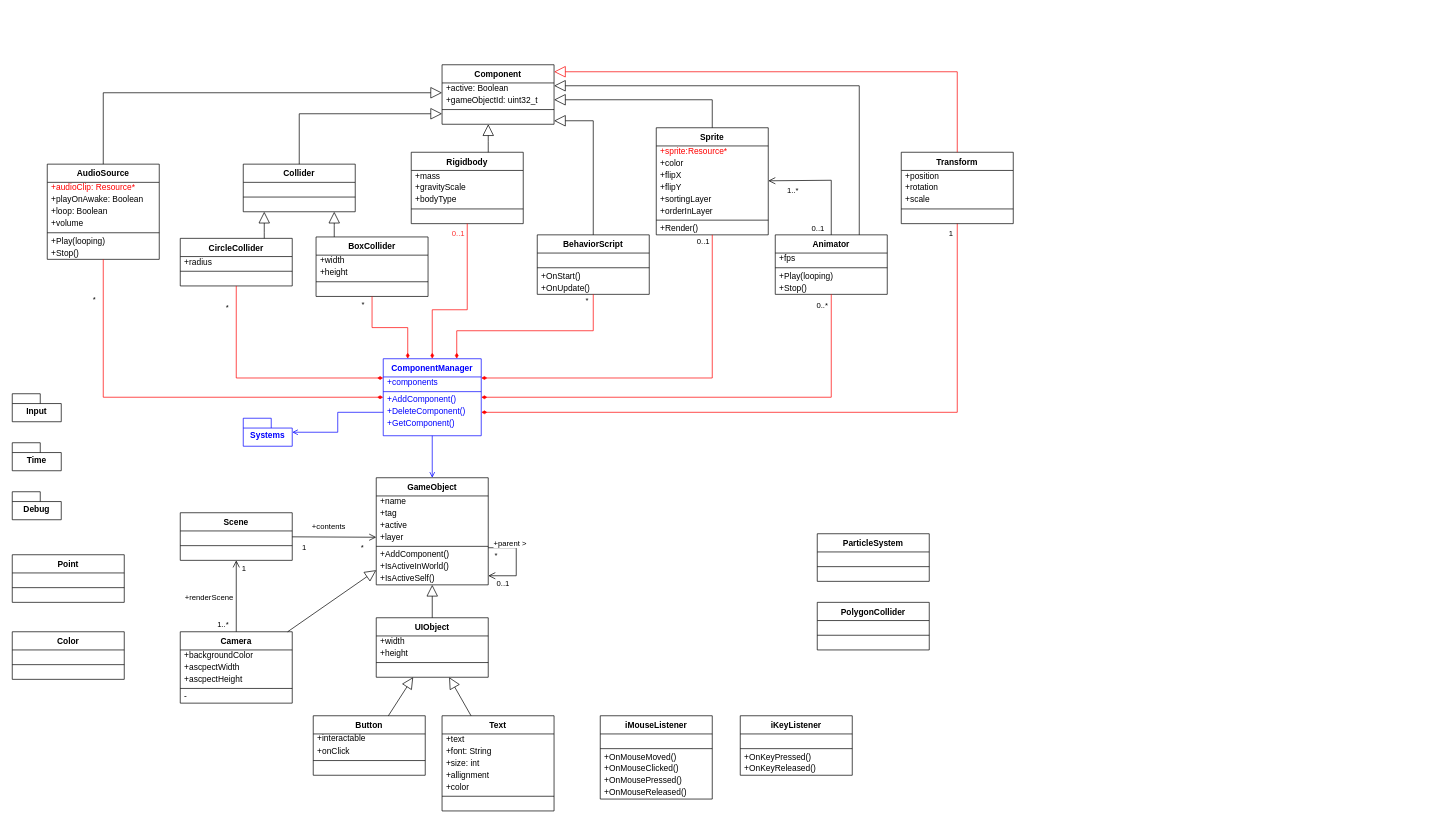
lonkaars/crepe-docs keeps this draw.io diagram as page "Main diagram 2" (2 of 3) of figs.drawio. Above is the earlier version. Source tidied: cells renumbered, new cells numbered last; positions are measured from the earlier drawing's top-left corner, leaving out a move shared by most shapes. Both pictures are drawn from the tidied source at 70%, with x=0, y=0 at pixel (12, 64).
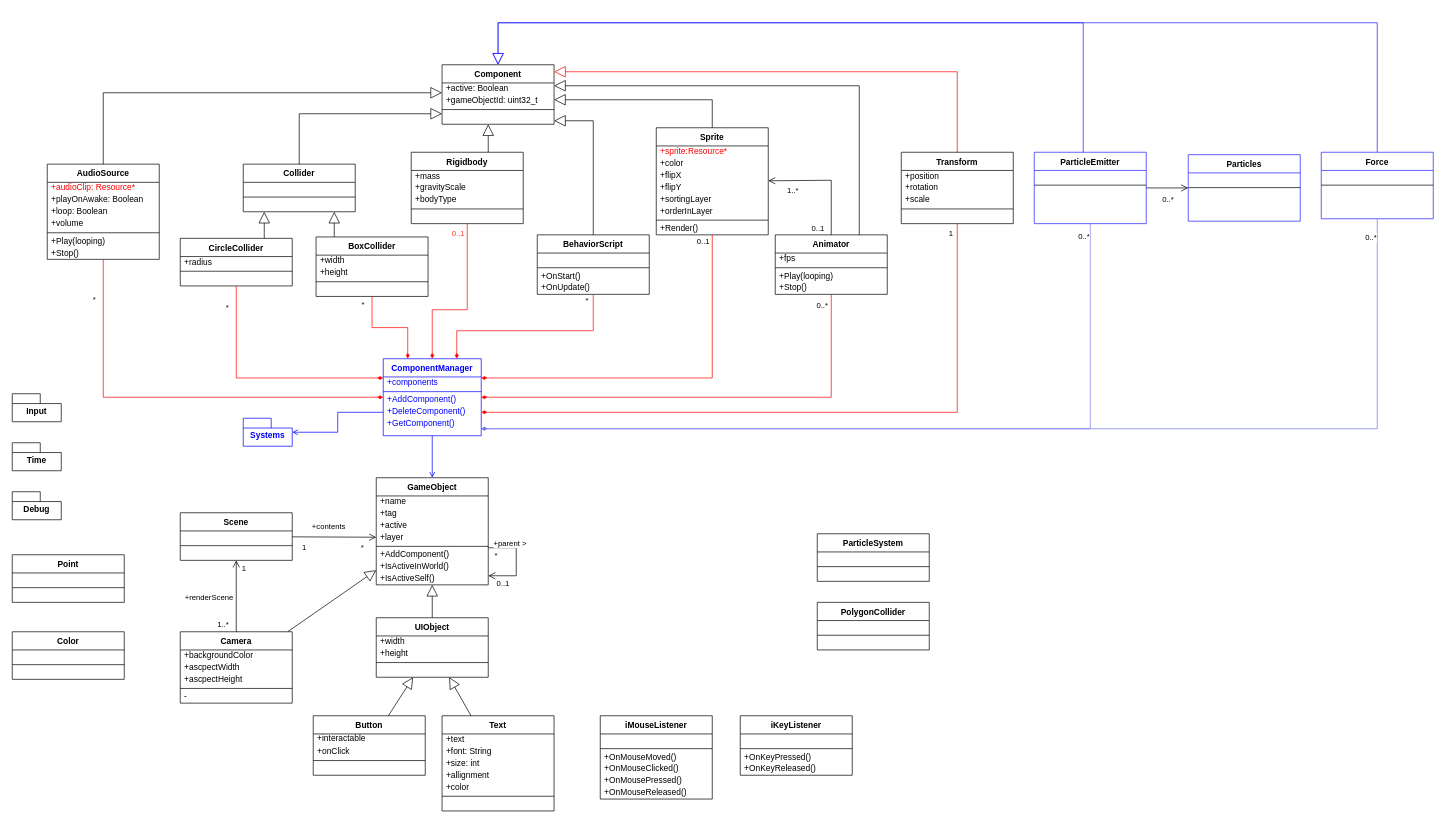
The same diagram, later.

Commit message (it also covers changes not shown here):
Notulen notes en collision diagram en research toegevoegd

Unchanged cells that the change refers to:
```xml
<mxCell id="107" value="Component" style="swimlane;fontStyle=1;align=center;verticalAlign=top;horizontal=1;startSize=26;rounded=0;shadow=0;strokeWidth=1;direction=east;" parent="1" vertex="1">
  <mxGeometry x="614" width="160" height="85" as="geometry" />
</mxCell>
<mxCell id="171" value="ComponentManager" style="swimlane;fontStyle=1;align=center;verticalAlign=top;horizontal=1;startSize=26;rounded=0;shadow=0;strokeWidth=1;direction=east;fontColor=#0000FF;strokeColor=#0000FF;" parent="1" vertex="1">
  <mxGeometry x="530" y="420" width="140" height="110" as="geometry" />
</mxCell>
```

Change to the diagram source:
```diff
@@
+    <mxCell id="180" value="ParticleEmitter" style="swimlane;fontStyle=1;align=center;verticalAlign=top;horizontal=1;startSize=26;rounded=0;shadow=0;strokeWidth=1;direction=east;strokeColor=#2020ff;" parent="1" vertex="1">
+      <mxGeometry x="1460" y="125" width="160" height="102" as="geometry" />
+    </mxCell>
+    <mxCell id="181" style="text;align=left;verticalAlign=bottom;spacingLeft=4;spacingRight=4;overflow=hidden;rounded=0;shadow=0;html=0;strokeWidth=1;horizontal=1;" parent="180" vertex="1">
+      <mxGeometry y="26" width="160" height="17" as="geometry" />
+    </mxCell>
+    <mxCell id="182" style="line;html=1;strokeWidth=1;align=left;verticalAlign=middle;spacingTop=-1;spacingLeft=3;spacingRight=3;labelPosition=right;fontSize=12;perimeterSpacing=0;verticalLabelPosition=middle;" parent="180" vertex="1">
+      <mxGeometry y="43" width="160" height="8" as="geometry" />
+    </mxCell>
+    <mxCell id="183" style="text;align=left;verticalAlign=bottom;spacingLeft=4;spacingRight=4;overflow=hidden;rounded=0;shadow=0;html=0;strokeWidth=1;horizontal=1;" parent="180" vertex="1">
+      <mxGeometry y="51" width="160" height="17" as="geometry" />
+    </mxCell>
+    <mxCell id="184" value="Particles" style="swimlane;fontStyle=1;align=center;verticalAlign=top;horizontal=1;startSize=26;rounded=0;shadow=0;strokeWidth=1;direction=east;strokeColor=#2020ff;" parent="1" vertex="1">
+      <mxGeometry x="1680" y="128.5" width="160" height="95" as="geometry" />
+    </mxCell>
+    <mxCell id="185" style="text;align=left;verticalAlign=bottom;spacingLeft=4;spacingRight=4;overflow=hidden;rounded=0;shadow=0;html=0;strokeWidth=1;horizontal=1;" parent="184" vertex="1">
+      <mxGeometry y="26" width="160" height="17" as="geometry" />
+    </mxCell>
+    <mxCell id="186" style="line;html=1;strokeWidth=1;align=left;verticalAlign=middle;spacingTop=-1;spacingLeft=3;spacingRight=3;labelPosition=right;fontSize=12;perimeterSpacing=0;verticalLabelPosition=middle;" parent="184" vertex="1">
+      <mxGeometry y="43" width="160" height="8" as="geometry" />
+    </mxCell>
+    <mxCell id="187" style="text;align=left;verticalAlign=bottom;spacingLeft=4;spacingRight=4;overflow=hidden;rounded=0;shadow=0;html=0;strokeWidth=1;horizontal=1;" parent="184" vertex="1">
+      <mxGeometry y="51" width="160" height="17" as="geometry" />
+    </mxCell>
+    <mxCell id="188" value="Force" style="swimlane;fontStyle=1;align=center;verticalAlign=top;horizontal=1;startSize=26;rounded=0;shadow=0;strokeWidth=1;direction=east;strokeColor=#2020ff;" parent="1" vertex="1">
+      <mxGeometry x="1870" y="125" width="160" height="95" as="geometry" />
+    </mxCell>
+    <mxCell id="189" style="text;align=left;verticalAlign=bottom;spacingLeft=4;spacingRight=4;overflow=hidden;rounded=0;shadow=0;html=0;strokeWidth=1;horizontal=1;" parent="188" vertex="1">
+      <mxGeometry y="26" width="160" height="17" as="geometry" />
+    </mxCell>
+    <mxCell id="190" style="line;html=1;strokeWidth=1;align=left;verticalAlign=middle;spacingTop=-1;spacingLeft=3;spacingRight=3;labelPosition=right;fontSize=12;perimeterSpacing=0;verticalLabelPosition=middle;" parent="188" vertex="1">
+      <mxGeometry y="43" width="160" height="8" as="geometry" />
+    </mxCell>
+    <mxCell id="191" style="text;align=left;verticalAlign=bottom;spacingLeft=4;spacingRight=4;overflow=hidden;rounded=0;shadow=0;html=0;strokeWidth=1;horizontal=1;" parent="188" vertex="1">
+      <mxGeometry y="51" width="160" height="17" as="geometry" />
+    </mxCell>
+    <mxCell id="192" style="endArrow=block;html=1;rounded=0;endFill=0;strokeWidth=1;endSize=14;edgeStyle=orthogonalEdgeStyle;strokeColor=#2020ff;" parent="1" edge="1" source="180" target="107">
+      <mxGeometry relative="1" as="geometry">
+        <Array as="points">
+          <mxPoint x="1530" y="-60" />
+          <mxPoint x="694" y="-60" />
+        </Array>
+      </mxGeometry>
+    </mxCell>
+    <mxCell id="193" style="endArrow=block;html=1;rounded=0;endFill=0;strokeWidth=1;endSize=14;edgeStyle=orthogonalEdgeStyle;strokeColor=#2020ff;" parent="1" edge="1" source="188" target="107">
+      <mxGeometry relative="1" as="geometry">
+        <Array as="points">
+          <mxPoint x="1950" y="-60" />
+          <mxPoint x="694" y="-60" />
+        </Array>
+      </mxGeometry>
+    </mxCell>
+    <mxCell id="194" style="endArrow=open;html=1;rounded=0;endFill=0;endSize=8;edgeStyle=orthogonalEdgeStyle;" parent="1" edge="1" source="180" target="184">
+      <mxGeometry relative="1" as="geometry" />
+    </mxCell>
+    <mxCell id="195" value="0..*" style="edgeLabel;html=1;align=center;verticalAlign=middle;" parent="194" vertex="1">
+      <mxGeometry x="0.62" y="-1" relative="1" as="geometry">
+        <mxPoint x="-19" y="14" as="offset" />
+      </mxGeometry>
+    </mxCell>
+    <mxCell id="196" style="edgeStyle=orthogonalEdgeStyle;rounded=0;jettySize=auto;html=1;endArrow=diamondThin;endFill=1;strokeColor=#7878f0;" parent="1" edge="1" source="180" target="171">
+      <mxGeometry relative="1" as="geometry">
+        <Array as="points">
+          <mxPoint x="1540" y="520" />
+        </Array>
+      </mxGeometry>
+    </mxCell>
+    <mxCell id="197" value="0..*" style="edgeLabel;html=1;align=center;verticalAlign=middle;" parent="196" vertex="1">
+      <mxGeometry x="-0.96" y="-3" relative="1" as="geometry">
+        <mxPoint x="-7" y="-6" as="offset" />
+      </mxGeometry>
+    </mxCell>
+    <mxCell id="198" style="edgeStyle=orthogonalEdgeStyle;rounded=0;jettySize=auto;html=1;endArrow=diamondThin;endFill=1;strokeColor=#7878f0;" parent="1" edge="1" source="188" target="171">
+      <mxGeometry relative="1" as="geometry">
+        <Array as="points">
+          <mxPoint x="1950" y="520" />
+        </Array>
+      </mxGeometry>
+    </mxCell>
+    <mxCell id="199" value="0..*" style="edgeLabel;html=1;align=center;verticalAlign=middle;" parent="198" vertex="1">
+      <mxGeometry x="-0.96" y="-3" relative="1" as="geometry">
+        <mxPoint x="-7" y="-6" as="offset" />
+      </mxGeometry>
+    </mxCell>
```
